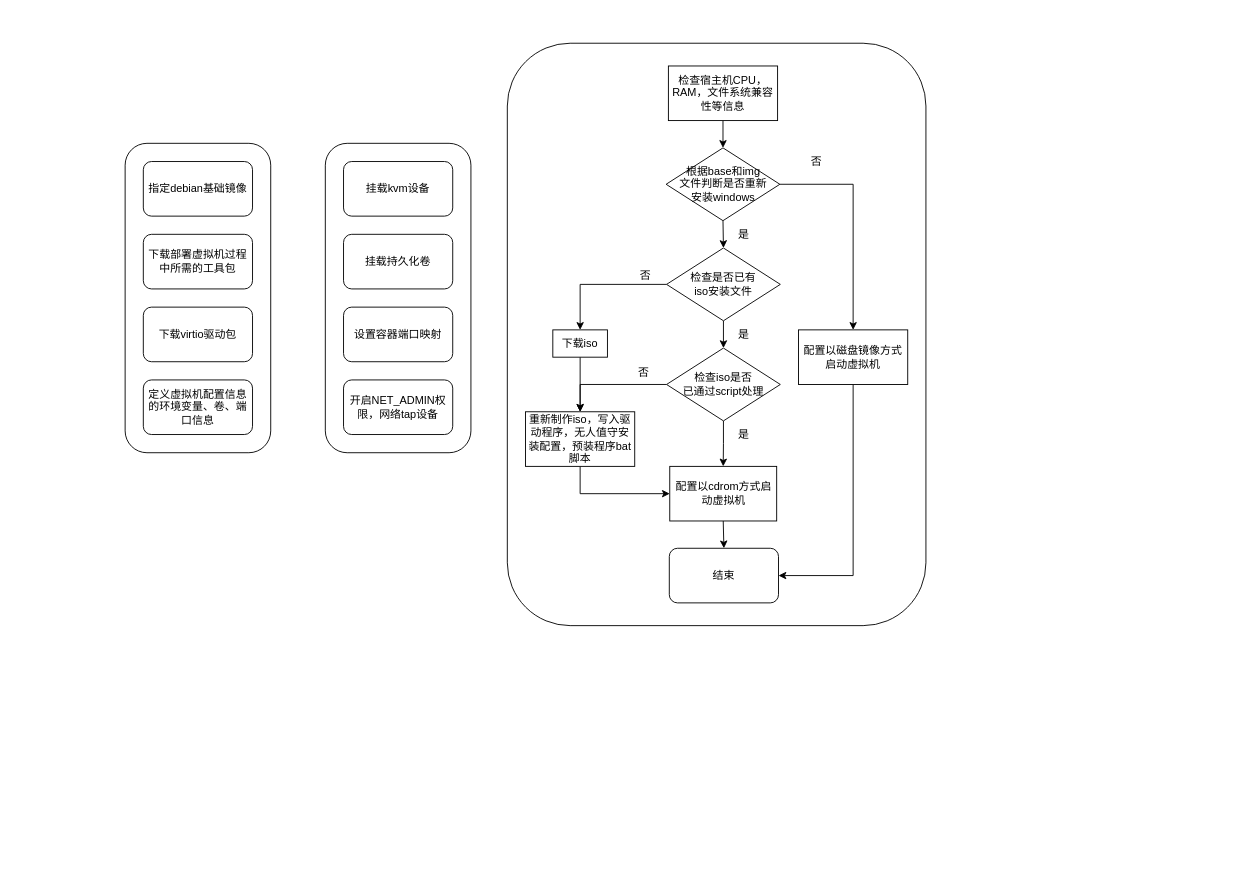
Before: Untitled Diagram.drawio in micro-driver/draw, a draw.io diagram. Source tidied: cells renumbered, new cells numbered last; positions are measured from the earlier drawing's top-left corner, leaving out a move shared by most shapes. Both pictures are drawn from the tidied source at 91%, with x=0, y=0 at pixel (125, 43).
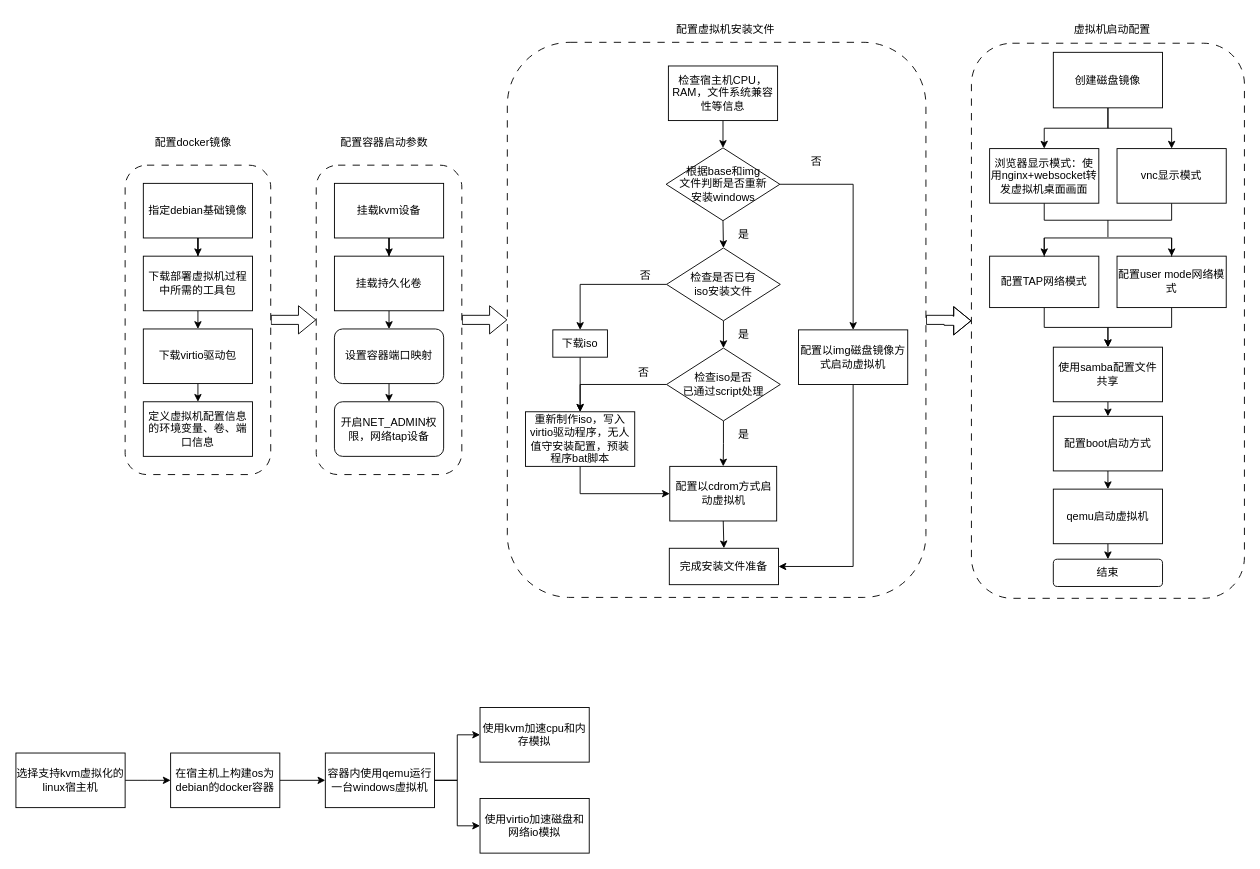
Above is the later version.

The change refers to these unchanged cells:
```xml
<mxCell id="13" style="group;" parent="1" vertex="1">
  <mxGeometry x="440" y="25" width="420" height="590" as="geometry" />
</mxCell>
```

Diff of the diagram source:
```diff
@@
-    <mxCell id="2" style="rounded=1;whiteSpace=wrap;html=1;" parent="1" vertex="1">
-      <mxGeometry x="420" width="460" height="640" as="geometry" />
-    </mxCell>
+    <mxCell id="40" style="edgeStyle=orthogonalEdgeStyle;rounded=0;jettySize=auto;html=1;exitX=1;exitY=0.5;exitDx=0;exitDy=0;entryX=0;entryY=0.5;entryDx=0;entryDy=0;shape=flexArrow;" parent="1" edge="1" source="3" target="2">
+      <mxGeometry relative="1" as="geometry" />
+    </mxCell>
-    <mxCell id="3" style="rounded=1;whiteSpace=wrap;html=1;" parent="1" vertex="1">
-      <mxGeometry x="220" y="110" width="160" height="340" as="geometry" />
+    <mxCell id="3" style="rounded=1;whiteSpace=wrap;html=1;dashed=1;dashPattern=8 8;" parent="1" vertex="1">
+      <mxGeometry x="210" y="134" width="160" height="340" as="geometry" />
     </mxCell>
+    <mxCell id="41" style="edgeStyle=orthogonalEdgeStyle;rounded=0;jettySize=auto;html=1;exitX=1;exitY=0.5;exitDx=0;exitDy=0;entryX=0;entryY=0.5;entryDx=0;entryDy=0;shape=flexArrow;" parent="1" edge="1" source="4" target="3">
+      <mxGeometry relative="1" as="geometry" />
+    </mxCell>
-    <mxCell id="4" style="rounded=1;whiteSpace=wrap;html=1;" parent="1" vertex="1">
-      <mxGeometry y="110" width="160" height="340" as="geometry" />
+    <mxCell id="4" style="rounded=1;whiteSpace=wrap;html=1;dashed=1;dashPattern=8 8;" parent="1" vertex="1">
+      <mxGeometry y="134" width="160" height="340" as="geometry" />
     </mxCell>
+    <mxCell id="42" style="edgeStyle=orthogonalEdgeStyle;rounded=0;jettySize=auto;html=1;exitX=0.5;exitY=1;exitDx=0;exitDy=0;" parent="1" edge="1" source="5" target="6">
+      <mxGeometry relative="1" as="geometry" />
+    </mxCell>
-    <mxCell id="5" value="指定debian基础镜像" style="rounded=1;whiteSpace=wrap;html=1;" parent="1" vertex="1">
-      <mxGeometry x="20" y="130" width="120" height="60" as="geometry" />
+    <mxCell id="5" value="指定debian基础镜像" style="rounded=1;whiteSpace=wrap;html=1;arcSize=0;" parent="1" vertex="1">
+      <mxGeometry x="20" y="154" width="120" height="60" as="geometry" />
     </mxCell>
+    <mxCell id="43" style="edgeStyle=orthogonalEdgeStyle;rounded=0;jettySize=auto;html=1;exitX=0.5;exitY=1;exitDx=0;exitDy=0;entryX=0.5;entryY=0;entryDx=0;entryDy=0;" parent="1" edge="1" source="6" target="7">
+      <mxGeometry relative="1" as="geometry" />
+    </mxCell>
-    <mxCell id="6" value="下载部署虚拟机过程中所需的工具包" style="rounded=1;whiteSpace=wrap;html=1;" parent="1" vertex="1">
-      <mxGeometry x="20" y="210" width="120" height="60" as="geometry" />
+    <mxCell id="6" value="下载部署虚拟机过程中所需的工具包" style="rounded=1;whiteSpace=wrap;html=1;arcSize=0;" parent="1" vertex="1">
+      <mxGeometry x="20" y="234" width="120" height="60" as="geometry" />
     </mxCell>
+    <mxCell id="44" style="edgeStyle=orthogonalEdgeStyle;rounded=0;jettySize=auto;html=1;exitX=0.5;exitY=1;exitDx=0;exitDy=0;entryX=0.5;entryY=0;entryDx=0;entryDy=0;" parent="1" edge="1" source="7" target="8">
+      <mxGeometry relative="1" as="geometry" />
+    </mxCell>
-    <mxCell id="7" value="下载virtio驱动包" style="rounded=1;whiteSpace=wrap;html=1;" parent="1" vertex="1">
-      <mxGeometry x="20" y="290" width="120" height="60" as="geometry" />
+    <mxCell id="7" value="下载virtio驱动包" style="rounded=1;whiteSpace=wrap;html=1;arcSize=0;" parent="1" vertex="1">
+      <mxGeometry x="20" y="314" width="120" height="60" as="geometry" />
     </mxCell>
-    <mxCell id="8" value="定义虚拟机配置信息的环境变量、卷、端口信息" style="rounded=1;whiteSpace=wrap;html=1;" parent="1" vertex="1">
-      <mxGeometry x="20" y="370" width="120" height="60" as="geometry" />
+    <mxCell id="8" value="定义虚拟机配置信息的环境变量、卷、端口信息" style="rounded=1;whiteSpace=wrap;html=1;arcSize=0;" parent="1" vertex="1">
+      <mxGeometry x="20" y="394" width="120" height="60" as="geometry" />
     </mxCell>
+    <mxCell id="45" style="edgeStyle=orthogonalEdgeStyle;rounded=0;jettySize=auto;html=1;exitX=0.5;exitY=1;exitDx=0;exitDy=0;entryX=0.5;entryY=0;entryDx=0;entryDy=0;" parent="1" edge="1" source="9" target="10">
+      <mxGeometry relative="1" as="geometry" />
+    </mxCell>
-    <mxCell id="9" value="挂载持久化卷" style="rounded=1;whiteSpace=wrap;html=1;" parent="1" vertex="1">
-      <mxGeometry x="240" y="210" width="120" height="60" as="geometry" />
+    <mxCell id="9" value="挂载持久化卷" style="rounded=1;whiteSpace=wrap;html=1;arcSize=0;" parent="1" vertex="1">
+      <mxGeometry x="230" y="234" width="120" height="60" as="geometry" />
     </mxCell>
+    <mxCell id="46" style="edgeStyle=orthogonalEdgeStyle;rounded=0;jettySize=auto;html=1;exitX=0.5;exitY=1;exitDx=0;exitDy=0;entryX=0.5;entryY=0;entryDx=0;entryDy=0;" parent="1" edge="1" source="10" target="12">
+      <mxGeometry relative="1" as="geometry" />
+    </mxCell>
     <mxCell id="10" value="设置容器端口映射" style="rounded=1;whiteSpace=wrap;html=1;" parent="1" vertex="1">
-      <mxGeometry x="240" y="290" width="120" height="60" as="geometry" />
+      <mxGeometry x="230" y="314" width="120" height="60" as="geometry" />
     </mxCell>
+    <mxCell id="47" style="edgeStyle=orthogonalEdgeStyle;rounded=0;jettySize=auto;html=1;exitX=0.5;exitY=1;exitDx=0;exitDy=0;" parent="1" edge="1" source="11" target="9">
+      <mxGeometry relative="1" as="geometry" />
+    </mxCell>
-    <mxCell id="11" value="挂载kvm设备" style="rounded=1;whiteSpace=wrap;html=1;" parent="1" vertex="1">
-      <mxGeometry x="240" y="130" width="120" height="60" as="geometry" />
+    <mxCell id="11" value="挂载kvm设备" style="rounded=1;whiteSpace=wrap;html=1;arcSize=0;" parent="1" vertex="1">
+      <mxGeometry x="230" y="154" width="120" height="60" as="geometry" />
     </mxCell>
     <mxCell id="12" value="开启NET_ADMIN权限，网络tap设备" style="rounded=1;whiteSpace=wrap;html=1;" parent="1" vertex="1">
-      <mxGeometry x="240" y="370" width="120" height="60" as="geometry" />
+      <mxGeometry x="230" y="394" width="120" height="60" as="geometry" />
     </mxCell>
+    <mxCell id="48" value="配置docker镜像" style="text;html=1;align=center;verticalAlign=middle;whiteSpace=wrap;rounded=0;" parent="1" vertex="1">
+      <mxGeometry x="10" y="94" width="130" height="30" as="geometry" />
+    </mxCell>
+    <mxCell id="49" value="配置容器启动参数" style="text;html=1;align=center;verticalAlign=middle;whiteSpace=wrap;rounded=0;" parent="1" vertex="1">
+      <mxGeometry x="220" y="94" width="130" height="30" as="geometry" />
+    </mxCell>
+    <mxCell id="50" value="配置虚拟机安装文件" style="text;html=1;align=center;verticalAlign=middle;whiteSpace=wrap;rounded=0;" parent="1" vertex="1">
+      <mxGeometry x="600" y="-30" width="120" height="30" as="geometry" />
+    </mxCell>
+    <mxCell id="51" style="edgeStyle=orthogonalEdgeStyle;rounded=0;jettySize=auto;html=1;exitX=1;exitY=0.5;exitDx=0;exitDy=0;entryX=0;entryY=0.5;entryDx=0;entryDy=0;shape=flexArrow;" parent="1" edge="1" source="2" target="61">
+      <mxGeometry relative="1" as="geometry" />
+    </mxCell>
+    <mxCell id="2" style="rounded=1;whiteSpace=wrap;html=1;dashed=1;dashPattern=8 8;" parent="1" vertex="1">
+      <mxGeometry x="420" y="-1" width="460" height="610" as="geometry" />
+    </mxCell>
@@
-    <mxCell id="34" value="配置以磁盘镜像方式启动虚拟机" style="rounded=1;whiteSpace=wrap;html=1;arcSize=0;" parent="13" vertex="1">
+    <mxCell id="34" value="配置以img磁盘镜像方式启动虚拟机" style="rounded=1;whiteSpace=wrap;html=1;arcSize=0;" parent="13" vertex="1">
       <mxGeometry x="300" y="290" width="120" height="60" as="geometry" />
     </mxCell>
@@
-    <mxCell id="37" value="重新制作iso，写入驱动程序，无人值守安装配置，预装程序bat脚本" style="rounded=1;whiteSpace=wrap;html=1;arcSize=0;" parent="13" vertex="1">
+    <mxCell id="37" value="重新制作iso，写入virtio驱动程序，无人值守安装配置，预装程序bat脚本" style="rounded=1;whiteSpace=wrap;html=1;arcSize=0;" parent="13" vertex="1">
       <mxGeometry y="380" width="120" height="60" as="geometry" />
     </mxCell>
-    <mxCell id="38" value="结束" style="rounded=1;whiteSpace=wrap;html=1;" parent="13" vertex="1">
-      <mxGeometry x="158" y="530" width="120" height="60" as="geometry" />
+    <mxCell id="38" value="完成安装文件准备" style="rounded=1;whiteSpace=wrap;html=1;arcSize=0;" parent="13" vertex="1">
+      <mxGeometry x="158" y="530" width="120" height="40" as="geometry" />
     </mxCell>
@@
+    <mxCell id="52" style="edgeStyle=orthogonalEdgeStyle;rounded=0;jettySize=auto;html=1;exitX=1;exitY=0.5;exitDx=0;exitDy=0;" parent="1" edge="1" source="53">
+      <mxGeometry relative="1" as="geometry">
+        <mxPoint x="50" y="810" as="targetPoint" />
+      </mxGeometry>
+    </mxCell>
+    <mxCell id="53" value="选择支持kvm虚拟化的linux宿主机" style="rounded=0;whiteSpace=wrap;html=1;" parent="1" vertex="1">
+      <mxGeometry x="-120" y="780" width="120" height="60" as="geometry" />
+    </mxCell>
+    <mxCell id="54" style="edgeStyle=orthogonalEdgeStyle;rounded=0;jettySize=auto;html=1;exitX=1;exitY=0.5;exitDx=0;exitDy=0;entryX=0;entryY=0.5;entryDx=0;entryDy=0;" parent="1" edge="1" source="55" target="58">
+      <mxGeometry relative="1" as="geometry" />
+    </mxCell>
+    <mxCell id="55" value="在宿主机上构建os为debian的docker容器" style="rounded=0;whiteSpace=wrap;html=1;" parent="1" vertex="1">
+      <mxGeometry x="50" y="780" width="120" height="60" as="geometry" />
+    </mxCell>
+    <mxCell id="56" style="edgeStyle=orthogonalEdgeStyle;rounded=0;jettySize=auto;html=1;exitX=1;exitY=0.5;exitDx=0;exitDy=0;" parent="1" edge="1" source="58" target="59">
+      <mxGeometry relative="1" as="geometry" />
+    </mxCell>
+    <mxCell id="57" style="edgeStyle=orthogonalEdgeStyle;rounded=0;jettySize=auto;html=1;entryX=0;entryY=0.5;entryDx=0;entryDy=0;" parent="1" edge="1" source="58" target="60">
+      <mxGeometry relative="1" as="geometry" />
+    </mxCell>
+    <mxCell id="58" value="容器内使用qemu运行一台windows虚拟机" style="rounded=0;whiteSpace=wrap;html=1;" parent="1" vertex="1">
+      <mxGeometry x="220" y="780" width="120" height="60" as="geometry" />
+    </mxCell>
+    <mxCell id="59" value="使用kvm加速cpu和内存模拟" style="rounded=0;whiteSpace=wrap;html=1;" parent="1" vertex="1">
+      <mxGeometry x="390" y="730" width="120" height="60" as="geometry" />
+    </mxCell>
+    <mxCell id="60" value="使用virtio加速磁盘和网络io模拟" style="rounded=0;whiteSpace=wrap;html=1;" parent="1" vertex="1">
+      <mxGeometry x="390" y="830" width="120" height="60" as="geometry" />
+    </mxCell>
+    <mxCell id="61" style="rounded=1;whiteSpace=wrap;html=1;dashed=1;dashPattern=8 8;" parent="1" vertex="1">
+      <mxGeometry x="930" width="300" height="610" as="geometry" />
+    </mxCell>
+    <mxCell id="62" style="edgeStyle=orthogonalEdgeStyle;rounded=0;jettySize=auto;html=1;exitX=0.5;exitY=1;exitDx=0;exitDy=0;entryX=0.5;entryY=0;entryDx=0;entryDy=0;" parent="1" edge="1" source="64" target="65">
+      <mxGeometry relative="1" as="geometry" />
+    </mxCell>
+    <mxCell id="63" style="edgeStyle=orthogonalEdgeStyle;rounded=0;jettySize=auto;html=1;exitX=0.5;exitY=1;exitDx=0;exitDy=0;entryX=0.5;entryY=0;entryDx=0;entryDy=0;" parent="1" edge="1" source="64" target="77">
+      <mxGeometry relative="1" as="geometry" />
+    </mxCell>
+    <mxCell id="64" value="创建磁盘镜像" style="rounded=0;whiteSpace=wrap;html=1;" parent="1" vertex="1">
+      <mxGeometry x="1020" y="10" width="120" height="61" as="geometry" />
+    </mxCell>
+    <mxCell id="65" value="浏览器显示模式：使用nginx+websocket转发虚拟机桌面画面" style="rounded=0;whiteSpace=wrap;html=1;" parent="1" vertex="1">
+      <mxGeometry x="950" y="115.8" width="120" height="60" as="geometry" />
+    </mxCell>
+    <mxCell id="66" style="edgeStyle=orthogonalEdgeStyle;rounded=0;jettySize=auto;html=1;exitX=0.5;exitY=1;exitDx=0;exitDy=0;entryX=0.5;entryY=0;entryDx=0;entryDy=0;" parent="1" edge="1" source="67" target="69">
+      <mxGeometry relative="1" as="geometry" />
+    </mxCell>
+    <mxCell id="67" value="配置TAP网络模式" style="rounded=0;whiteSpace=wrap;html=1;" parent="1" vertex="1">
+      <mxGeometry x="950" y="234" width="120" height="56.5" as="geometry" />
+    </mxCell>
+    <mxCell id="68" style="edgeStyle=orthogonalEdgeStyle;rounded=0;jettySize=auto;html=1;exitX=0.5;exitY=1;exitDx=0;exitDy=0;entryX=0.5;entryY=0;entryDx=0;entryDy=0;" parent="1" edge="1" source="69" target="71">
+      <mxGeometry relative="1" as="geometry" />
+    </mxCell>
+    <mxCell id="69" value="使用samba配置文件共享" style="rounded=0;whiteSpace=wrap;html=1;" parent="1" vertex="1">
+      <mxGeometry x="1020" y="334" width="120" height="60" as="geometry" />
+    </mxCell>
+    <mxCell id="70" style="edgeStyle=orthogonalEdgeStyle;rounded=0;jettySize=auto;html=1;exitX=0.5;exitY=1;exitDx=0;exitDy=0;entryX=0.5;entryY=0;entryDx=0;entryDy=0;" parent="1" edge="1" source="71" target="75">
+      <mxGeometry relative="1" as="geometry" />
+    </mxCell>
+    <mxCell id="71" value="配置boot启动方式" style="rounded=0;whiteSpace=wrap;html=1;" parent="1" vertex="1">
+      <mxGeometry x="1020" y="410" width="120" height="60" as="geometry" />
+    </mxCell>
+    <mxCell id="72" value="虚拟机启动配置" style="text;html=1;align=center;verticalAlign=middle;whiteSpace=wrap;rounded=0;" parent="1" vertex="1">
+      <mxGeometry x="1030" y="-30" width="110" height="30" as="geometry" />
+    </mxCell>
+    <mxCell id="73" style="edgeStyle=orthogonalEdgeStyle;rounded=0;orthogonalLoop=1;jettySize=auto;html=1;exitX=0.5;exitY=1;exitDx=0;exitDy=0;" parent="1" edge="1" source="71" target="71">
+      <mxGeometry relative="1" as="geometry" />
+    </mxCell>
+    <mxCell id="74" style="edgeStyle=orthogonalEdgeStyle;rounded=0;jettySize=auto;html=1;exitX=0.5;exitY=1;exitDx=0;exitDy=0;entryX=0.5;entryY=0;entryDx=0;entryDy=0;" parent="1" edge="1" source="75" target="76">
+      <mxGeometry relative="1" as="geometry" />
+    </mxCell>
+    <mxCell id="75" value="qemu启动虚拟机" style="rounded=0;whiteSpace=wrap;html=1;" parent="1" vertex="1">
+      <mxGeometry x="1020" y="490" width="120" height="60" as="geometry" />
+    </mxCell>
+    <mxCell id="76" value="结束" style="rounded=1;whiteSpace=wrap;html=1;" parent="1" vertex="1">
+      <mxGeometry x="1020" y="567" width="120" height="30" as="geometry" />
+    </mxCell>
+    <mxCell id="77" value="vnc显示模式" style="rounded=0;whiteSpace=wrap;html=1;" parent="1" vertex="1">
+      <mxGeometry x="1090" y="115.8" width="120" height="60" as="geometry" />
+    </mxCell>
+    <mxCell id="78" style="edgeStyle=orthogonalEdgeStyle;rounded=0;jettySize=auto;html=1;exitX=0.5;exitY=1;exitDx=0;exitDy=0;entryX=0.5;entryY=0;entryDx=0;entryDy=0;" parent="1" edge="1" source="79" target="69">
+      <mxGeometry relative="1" as="geometry" />
+    </mxCell>
+    <mxCell id="79" value="配置user mode网络模式" style="rounded=0;whiteSpace=wrap;html=1;" parent="1" vertex="1">
+      <mxGeometry x="1090" y="234" width="120" height="56.5" as="geometry" />
+    </mxCell>
+    <mxCell id="80" style="shape=partialRectangle;whiteSpace=wrap;html=1;bottom=1;right=1;left=1;top=0;fillColor=none;routingCenterX=-0.5;" parent="1" vertex="1">
+      <mxGeometry x="1010" y="176.5" width="140" height="18" as="geometry" />
+    </mxCell>
+    <mxCell id="81" style="shape=partialRectangle;whiteSpace=wrap;html=1;bottom=1;right=1;left=1;top=0;fillColor=none;routingCenterX=-0.5;rotation=-180;" parent="1" vertex="1">
+      <mxGeometry x="1010" y="214" width="140" height="20" as="geometry" />
+    </mxCell>
+    <mxCell id="82" style="edgeStyle=orthogonalEdgeStyle;rounded=0;orthogonalLoop=1;jettySize=auto;html=1;exitX=1;exitY=1;exitDx=0;exitDy=0;entryX=1;entryY=0;entryDx=0;entryDy=0;" parent="1" edge="1" source="81" target="81">
+      <mxGeometry relative="1" as="geometry" />
+    </mxCell>
+    <mxCell id="83" style="edgeStyle=orthogonalEdgeStyle;rounded=0;orthogonalLoop=1;jettySize=auto;html=1;exitX=0;exitY=1;exitDx=0;exitDy=0;entryX=0;entryY=0;entryDx=0;entryDy=0;" parent="1" edge="1" source="81" target="81">
+      <mxGeometry relative="1" as="geometry" />
+    </mxCell>
+    <mxCell id="84" style="line;strokeWidth=1;direction=south;html=1;" parent="1" vertex="1">
+      <mxGeometry x="1075" y="194.5" width="10" height="18.5" as="geometry" />
+    </mxCell>
```
